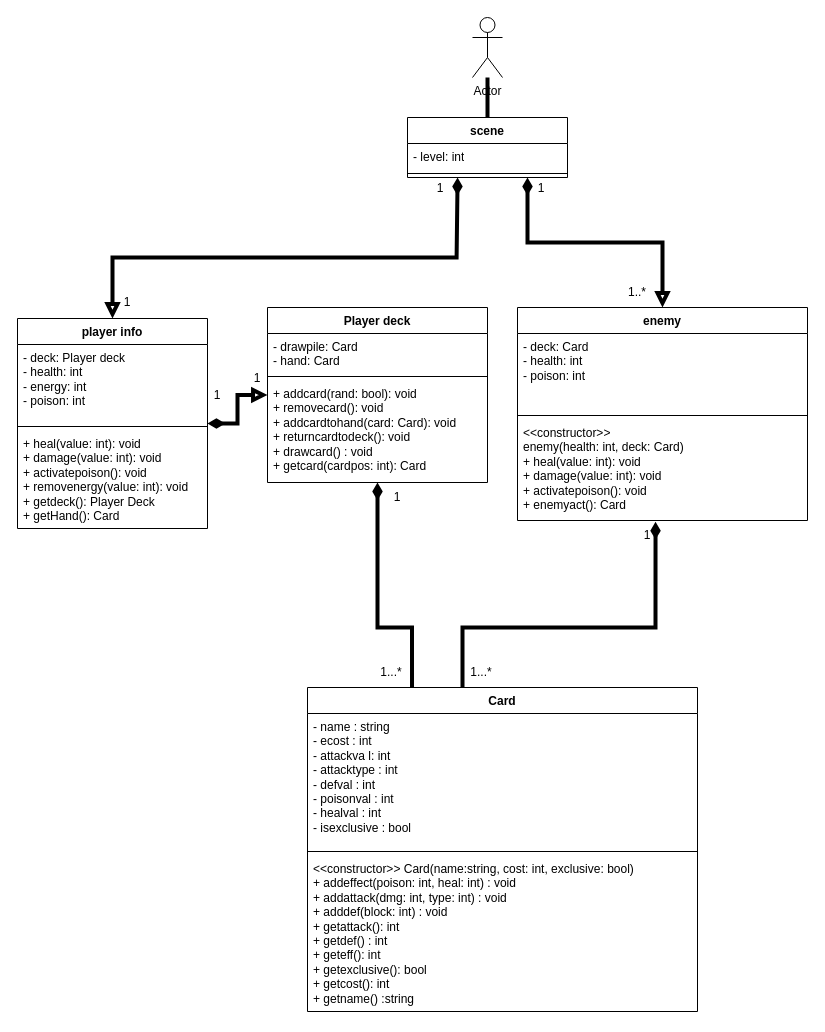
Above: Documentation/grouprojectclassdiagram.drawio in Judoka200/EE2010-CW (draw.io), before the change. Source tidied: cells renumbered, new cells numbered last; positions are measured from the earlier drawing's top-left corner, leaving out a move shared by most shapes. Both pictures are drawn from the tidied source at 100%, with x=0, y=0 at pixel (17, 17).
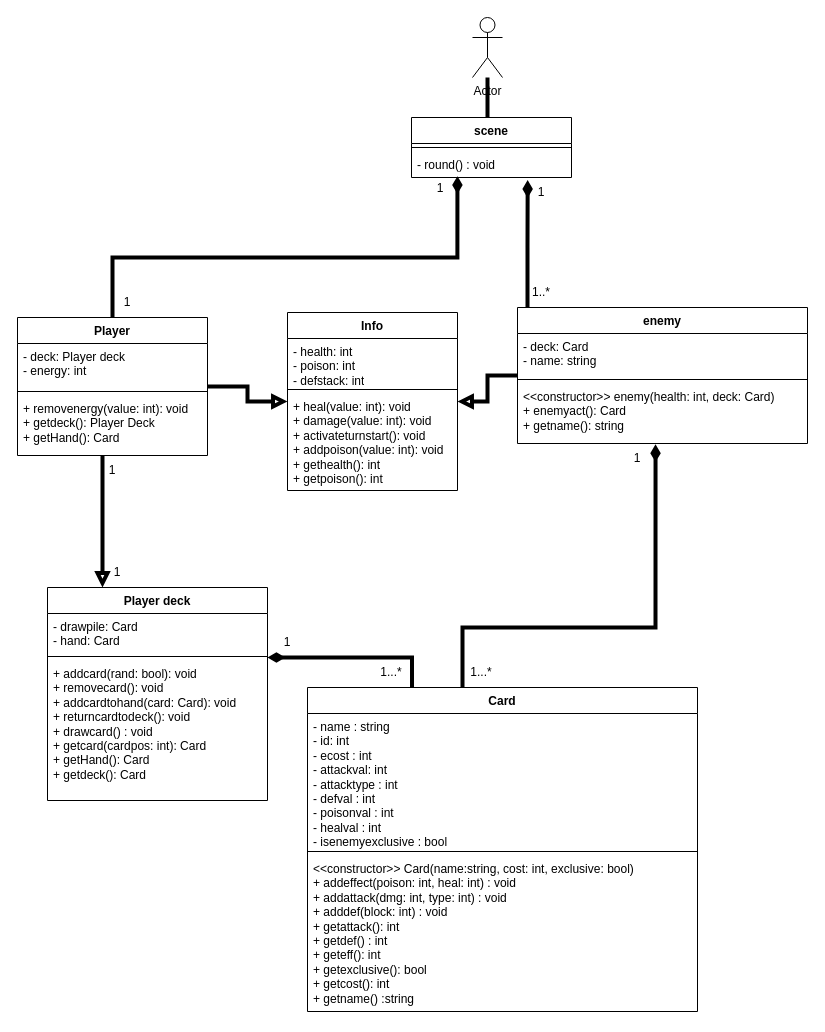
The same page after the edit.

The change refers to these unchanged cells:
```xml
<mxCell id="5" value="- drawpile: Card&lt;div&gt;- hand: Card&lt;/div&gt;" style="text;strokeColor=none;fillColor=none;align=left;verticalAlign=top;spacingLeft=4;spacingRight=4;overflow=hidden;points=[[0,0.5],[1,0.5]];portConstraint=eastwest;whiteSpace=wrap;html=1;" parent="4" vertex="1">
  <mxGeometry y="26" width="220" height="39" as="geometry" />
</mxCell>
<mxCell id="8" value="Card" style="swimlane;fontStyle=1;align=center;verticalAlign=top;horizontal=1;startSize=26;whiteSpace=wrap;html=1;" parent="1" vertex="1">
  <mxGeometry x="290" y="670" width="390" height="324" as="geometry" />
</mxCell>
<mxCell id="28" value="Actor" style="shape=umlActor;verticalLabelPosition=bottom;verticalAlign=top;html=1;outlineConnect=0;labelPerimeter=1;" parent="1" vertex="1">
  <mxGeometry x="455" width="30" height="60" as="geometry" />
</mxCell>
```

Diff of the diagram source:
```diff
@@
-    <mxCell id="2" style="edgeStyle=orthogonalEdgeStyle;rounded=0;jettySize=auto;html=1;exitX=0.5;exitY=1;exitDx=0;exitDy=0;entryX=0.268;entryY=0.005;entryDx=0;entryDy=0;defaultLabelBackgroundColor=page;endArrow=none;endFill=0;startArrow=diamondThin;startFill=1;strokeWidth=4;entryPerimeter=0;" parent="1" edge="1" source="4" target="8">
-      <mxGeometry x="0.74" relative="1" as="geometry">
-        <Array as="points">
-          <mxPoint x="370" y="610" />
-          <mxPoint x="445.4" y="610" />
-        </Array>
-      </mxGeometry>
+    <mxCell id="2" style="edgeStyle=orthogonalEdgeStyle;rounded=0;jettySize=auto;html=1;exitX=1;exitY=1.128;exitDx=0;exitDy=0;entryX=0.268;entryY=0.005;entryDx=0;entryDy=0;defaultLabelBackgroundColor=page;endArrow=none;endFill=0;startArrow=diamondThin;startFill=1;strokeWidth=4;entryPerimeter=0;exitPerimeter=0;" parent="1" edge="1" source="5" target="8">
+      <mxGeometry x="0.47" relative="1" as="geometry" />
     </mxCell>
-    <mxCell id="3" style="edgeStyle=orthogonalEdgeStyle;rounded=0;jettySize=auto;html=1;defaultLabelBackgroundColor=page;entryX=0.313;entryY=1;entryDx=0;entryDy=0;entryPerimeter=0;strokeWidth=4;endArrow=diamondThin;endFill=1;exitX=0.5;exitY=0;exitDx=0;exitDy=0;startArrow=block;startFill=0;" parent="1" edge="1" source="30" target="21">
-      <mxGeometry x="0.39" relative="1" as="geometry">
+    <mxCell id="3" style="edgeStyle=orthogonalEdgeStyle;rounded=0;jettySize=auto;html=1;defaultLabelBackgroundColor=page;entryX=0.287;entryY=0.948;entryDx=0;entryDy=0;entryPerimeter=0;strokeWidth=4;endArrow=diamondThin;endFill=1;exitX=0.5;exitY=0;exitDx=0;exitDy=0;startArrow=none;startFill=0;" parent="1" edge="1" source="30" target="45">
+      <mxGeometry x="0.37" relative="1" as="geometry">
         <Array as="points">
           <mxPoint x="95" y="240" />
-          <mxPoint x="439.1" y="240" />
+          <mxPoint x="439.9" y="240" />
         </Array>
       </mxGeometry>
     </mxCell>
     <mxCell id="4" value="Player deck" style="swimlane;fontStyle=1;align=center;verticalAlign=top;horizontal=1;startSize=26;whiteSpace=wrap;html=1;" parent="1" vertex="1">
-      <mxGeometry x="250" y="290" width="220" height="175" as="geometry" />
+      <mxGeometry x="30" y="570" width="220" height="213" as="geometry" />
     </mxCell>
@@
-    <mxCell id="7" value="+ addcard(rand: bool): void&lt;div&gt;+ removecard(): void&lt;/div&gt;&lt;div&gt;+ addcardtohand(card: Card): void&lt;/div&gt;&lt;div&gt;+ returncardtodeck(): void&lt;/div&gt;&lt;div&gt;+ drawcard() : void&lt;/div&gt;&lt;div&gt;+ getcard(cardpos: int): Card&lt;/div&gt;" style="text;strokeColor=none;fillColor=none;align=left;verticalAlign=top;spacingLeft=4;spacingRight=4;overflow=hidden;whiteSpace=wrap;html=1;" parent="4" vertex="1">
-      <mxGeometry y="73" width="220" height="102" as="geometry" />
+    <mxCell id="7" value="+ addcard(rand: bool): void&lt;div&gt;+ removecard(): void&lt;/div&gt;&lt;div&gt;+ addcardtohand(card: Card): void&lt;/div&gt;&lt;div&gt;+ returncardtodeck(): void&lt;/div&gt;&lt;div&gt;+ drawcard() : void&lt;/div&gt;&lt;div&gt;+ getcard(cardpos: int): Card&lt;/div&gt;&lt;div&gt;+ getHand(): Card&lt;/div&gt;&lt;div&gt;+ getdeck(): Card&lt;/div&gt;" style="text;strokeColor=none;fillColor=none;align=left;verticalAlign=top;spacingLeft=4;spacingRight=4;overflow=hidden;whiteSpace=wrap;html=1;" parent="4" vertex="1">
+      <mxGeometry y="73" width="220" height="140" as="geometry" />
     </mxCell>
@@
-    <mxCell id="9" value="&lt;div&gt;- name : string&lt;/div&gt;&lt;div&gt;- ecost : int&lt;/div&gt;- attackva l: int&lt;div&gt;- attacktype : int&lt;/div&gt;&lt;div&gt;&lt;div&gt;- defval : int&lt;/div&gt;&lt;div&gt;- poisonval : int&lt;/div&gt;&lt;div&gt;- healval : int&lt;/div&gt;&lt;div&gt;- isexclusive : bool&lt;/div&gt;&lt;div&gt;&lt;br&gt;&lt;/div&gt;&lt;/div&gt;" style="text;strokeColor=none;fillColor=none;align=left;verticalAlign=top;spacingLeft=4;spacingRight=4;overflow=hidden;whiteSpace=wrap;html=1;" parent="8" vertex="1">
+    <mxCell id="9" value="&lt;div&gt;- name : string&lt;/div&gt;&lt;div&gt;- id: int&lt;/div&gt;&lt;div&gt;- ecost : int&lt;/div&gt;- attackval: int&lt;div&gt;- attacktype : int&lt;/div&gt;&lt;div&gt;&lt;div&gt;- defval : int&lt;/div&gt;&lt;div&gt;- poisonval : int&lt;/div&gt;&lt;div&gt;- healval : int&lt;/div&gt;&lt;div&gt;- isenemyexclusive : bool&lt;/div&gt;&lt;div&gt;&lt;br&gt;&lt;/div&gt;&lt;div&gt;&lt;br&gt;&lt;/div&gt;&lt;/div&gt;" style="text;strokeColor=none;fillColor=none;align=left;verticalAlign=top;spacingLeft=4;spacingRight=4;overflow=hidden;whiteSpace=wrap;html=1;" parent="8" vertex="1">
       <mxGeometry y="26" width="390" height="134" as="geometry" />
     </mxCell>
@@
     <mxCell id="12" value="1" style="text;html=1;whiteSpace=wrap;strokeColor=none;fillColor=none;align=center;verticalAlign=middle;rounded=0;" parent="1" vertex="1">
-      <mxGeometry x="350" y="465" width="60" height="30" as="geometry" />
+      <mxGeometry x="240" y="610" width="60" height="30" as="geometry" />
     </mxCell>
@@
     <mxCell id="14" value="enemy" style="swimlane;fontStyle=1;align=center;verticalAlign=top;horizontal=1;startSize=26;whiteSpace=wrap;html=1;" parent="1" vertex="1">
-      <mxGeometry x="500" y="290" width="290" height="213" as="geometry" />
+      <mxGeometry x="500" y="290" width="290" height="136" as="geometry" />
     </mxCell>
-    <mxCell id="15" value="- deck: Card&lt;div&gt;- health: int&lt;/div&gt;&lt;div&gt;- poison: int&lt;/div&gt;&lt;div&gt;&lt;br&gt;&lt;/div&gt;" style="text;strokeColor=none;fillColor=none;align=left;verticalAlign=top;spacingLeft=4;spacingRight=4;overflow=hidden;whiteSpace=wrap;html=1;" parent="14" vertex="1">
-      <mxGeometry y="26" width="290" height="78" as="geometry" />
+    <mxCell id="15" value="- deck: Card&lt;div&gt;- name: string&lt;br&gt;&lt;div&gt;&lt;br&gt;&lt;/div&gt;&lt;/div&gt;" style="text;strokeColor=none;fillColor=none;align=left;verticalAlign=top;spacingLeft=4;spacingRight=4;overflow=hidden;whiteSpace=wrap;html=1;" parent="14" vertex="1">
+      <mxGeometry y="26" width="290" height="42" as="geometry" />
     </mxCell>
     <mxCell id="16" style="line;strokeWidth=1;fillColor=none;align=left;verticalAlign=middle;spacingTop=-1;spacingLeft=3;spacingRight=3;labelPosition=right;strokeColor=inherit;labelPerimeter=1;" parent="14" vertex="1">
-      <mxGeometry y="104" width="290" height="8" as="geometry" />
+      <mxGeometry y="68" width="290" height="8" as="geometry" />
     </mxCell>
-    <mxCell id="17" value="&lt;div&gt;&amp;lt;&amp;lt;constructor&amp;gt;&amp;gt;&amp;nbsp;&lt;/div&gt;&lt;div&gt;enemy(health: int, deck: Card)&lt;/div&gt;+ heal(value: int): void&lt;div&gt;+ damage(value: int): void&lt;/div&gt;&lt;div&gt;+ activatepoison(): void&lt;/div&gt;&lt;div&gt;+ enemyact(): Card&lt;/div&gt;" style="text;strokeColor=none;fillColor=none;align=left;verticalAlign=top;spacingLeft=4;spacingRight=4;overflow=hidden;points=[[0,0.5],[1,0.5]];portConstraint=eastwest;whiteSpace=wrap;html=1;" parent="14" vertex="1">
-      <mxGeometry y="112" width="290" height="101" as="geometry" />
+    <mxCell id="17" value="&lt;div&gt;&amp;lt;&amp;lt;constructor&amp;gt;&amp;gt;&amp;nbsp;&lt;span style=&quot;background-color: transparent; color: light-dark(#000000, var(--ge-light-color, #ffffff));&quot;&gt;enemy(health: int, deck: Card)&lt;/span&gt;&lt;/div&gt;&lt;div&gt;+ enemyact(): Card&lt;/div&gt;&lt;div&gt;+ getname(): string&lt;/div&gt;" style="text;strokeColor=none;fillColor=none;align=left;verticalAlign=top;spacingLeft=4;spacingRight=4;overflow=hidden;points=[[0,0.5],[1,0.5]];portConstraint=eastwest;whiteSpace=wrap;html=1;" parent="14" vertex="1">
+      <mxGeometry y="76" width="290" height="60" as="geometry" />
     </mxCell>
     <mxCell id="18" value="1" style="text;html=1;whiteSpace=wrap;strokeColor=none;fillColor=none;align=center;verticalAlign=middle;rounded=0;" parent="1" vertex="1">
-      <mxGeometry x="600" y="503" width="60" height="30" as="geometry" />
+      <mxGeometry x="590" y="426" width="60" height="30" as="geometry" />
     </mxCell>
-    <mxCell id="19" value="scene" style="swimlane;fontStyle=1;align=center;verticalAlign=top;horizontal=1;startSize=26;whiteSpace=wrap;html=1;" parent="1" vertex="1">
-      <mxGeometry x="390" y="100" width="160" height="60" as="geometry" />
-    </mxCell>
-    <mxCell id="20" value="- level: int" style="text;strokeColor=none;fillColor=none;align=left;verticalAlign=top;spacingLeft=4;spacingRight=4;overflow=hidden;whiteSpace=wrap;html=1;" parent="19" vertex="1">
-      <mxGeometry y="26" width="160" height="26" as="geometry" />
-    </mxCell>
-    <mxCell id="21" style="line;strokeWidth=1;fillColor=none;align=left;verticalAlign=middle;spacingTop=-1;spacingLeft=3;spacingRight=3;labelPosition=right;points=[];portConstraint=eastwest;strokeColor=inherit;labelPerimeter=1;" parent="19" vertex="1">
-      <mxGeometry y="52" width="160" height="8" as="geometry" />
-    </mxCell>
-    <mxCell id="22" style="edgeStyle=orthogonalEdgeStyle;rounded=0;jettySize=auto;html=1;entryX=0.75;entryY=1;entryDx=0;entryDy=0;defaultLabelBackgroundColor=page;strokeWidth=4;endArrow=diamondThin;endFill=1;startArrow=block;startFill=0;" parent="1" edge="1" source="14" target="19">
-      <mxGeometry relative="1" as="geometry" />
+    <mxCell id="22" style="edgeStyle=orthogonalEdgeStyle;rounded=0;jettySize=auto;html=1;entryX=0.726;entryY=1.096;entryDx=0;entryDy=0;defaultLabelBackgroundColor=page;strokeWidth=4;endArrow=diamondThin;endFill=1;startArrow=none;startFill=0;entryPerimeter=0;" parent="1" edge="1" source="14" target="45">
+      <mxGeometry relative="1" as="geometry">
+        <Array as="points">
+          <mxPoint x="510" y="230" />
+          <mxPoint x="510" y="230" />
+        </Array>
+      </mxGeometry>
     </mxCell>
@@
     <mxCell id="24" value="1" style="text;html=1;whiteSpace=wrap;strokeColor=none;fillColor=none;align=center;verticalAlign=middle;rounded=0;" parent="1" vertex="1">
-      <mxGeometry x="494" y="156" width="60" height="30" as="geometry" />
+      <mxGeometry x="494" y="160" width="60" height="30" as="geometry" />
     </mxCell>
@@
     <mxCell id="26" value="1..*" style="text;html=1;whiteSpace=wrap;strokeColor=none;fillColor=none;align=center;verticalAlign=middle;rounded=0;" parent="1" vertex="1">
-      <mxGeometry x="590" y="260" width="60" height="30" as="geometry" />
+      <mxGeometry x="494" y="260" width="60" height="30" as="geometry" />
     </mxCell>
-    <mxCell id="27" style="edgeStyle=orthogonalEdgeStyle;rounded=0;jettySize=auto;html=1;entryX=0.5;entryY=0;entryDx=0;entryDy=0;defaultLabelBackgroundColor=page;endArrow=none;endFill=0;strokeWidth=4;" parent="1" edge="1" source="28" target="19">
-      <mxGeometry relative="1" as="geometry" />
+    <mxCell id="27" style="edgeStyle=orthogonalEdgeStyle;rounded=0;jettySize=auto;html=1;entryX=0.5;entryY=0;entryDx=0;entryDy=0;defaultLabelBackgroundColor=page;endArrow=none;endFill=0;strokeWidth=4;" parent="1" edge="1" source="28">
+      <mxGeometry relative="1" as="geometry">
+        <mxPoint x="470" y="100" as="targetPoint" />
+      </mxGeometry>
     </mxCell>
@@
-    <mxCell id="29" style="edgeStyle=orthogonalEdgeStyle;rounded=0;jettySize=auto;html=1;entryX=0;entryY=0.5;entryDx=0;entryDy=0;defaultLabelBackgroundColor=page;startArrow=diamondThin;startFill=1;endArrow=block;endFill=0;strokeWidth=4;" parent="1" edge="1" source="30" target="4">
-      <mxGeometry relative="1" as="geometry" />
+    <mxCell id="29" style="edgeStyle=orthogonalEdgeStyle;rounded=0;jettySize=auto;html=1;defaultLabelBackgroundColor=page;startArrow=none;startFill=0;endArrow=block;endFill=0;strokeWidth=4;entryX=0.25;entryY=0;entryDx=0;entryDy=0;" parent="1" edge="1" source="30" target="4">
+      <mxGeometry x="-0.33" relative="1" as="geometry">
+        <Array as="points">
+          <mxPoint x="85" y="480" />
+          <mxPoint x="85" y="480" />
+        </Array>
+      </mxGeometry>
     </mxCell>
-    <mxCell id="30" value="player info" style="swimlane;fontStyle=1;align=center;verticalAlign=top;horizontal=1;startSize=26;whiteSpace=wrap;html=1;" parent="1" vertex="1">
-      <mxGeometry y="301" width="190" height="210" as="geometry" />
+    <mxCell id="30" value="Player" style="swimlane;fontStyle=1;align=center;verticalAlign=top;horizontal=1;startSize=26;whiteSpace=wrap;html=1;" parent="1" vertex="1">
+      <mxGeometry y="300" width="190" height="138" as="geometry" />
     </mxCell>
-    <mxCell id="31" value="- deck: Player deck&lt;div&gt;- health: int&lt;/div&gt;&lt;div&gt;- energy: int&lt;/div&gt;&lt;div&gt;- poison: int&lt;/div&gt;" style="text;strokeColor=none;fillColor=none;align=left;verticalAlign=top;spacingLeft=4;spacingRight=4;overflow=hidden;whiteSpace=wrap;html=1;" parent="30" vertex="1">
-      <mxGeometry y="26" width="190" height="78" as="geometry" />
+    <mxCell id="31" value="- deck: Player deck&lt;div&gt;- energy: int&lt;/div&gt;" style="text;strokeColor=none;fillColor=none;align=left;verticalAlign=top;spacingLeft=4;spacingRight=4;overflow=hidden;whiteSpace=wrap;html=1;" parent="30" vertex="1">
+      <mxGeometry y="26" width="190" height="44" as="geometry" />
     </mxCell>
     <mxCell id="32" style="line;strokeWidth=1;fillColor=none;align=left;verticalAlign=middle;spacingTop=-1;spacingLeft=3;spacingRight=3;labelPosition=right;strokeColor=inherit;labelPerimeter=1;" parent="30" vertex="1">
-      <mxGeometry y="104" width="190" height="8" as="geometry" />
+      <mxGeometry y="70" width="190" height="8" as="geometry" />
     </mxCell>
-    <mxCell id="33" value="+ heal(value: int): void&lt;div&gt;+ damage(value: int): void&lt;/div&gt;&lt;div&gt;+ activatepoison(): void&lt;/div&gt;&lt;div&gt;+ removenergy(value: int): void&lt;/div&gt;&lt;div&gt;+ getdeck(): Player Deck&lt;/div&gt;&lt;div&gt;+ getHand(): Card&lt;/div&gt;&lt;div&gt;&lt;br&gt;&lt;/div&gt;" style="text;strokeColor=none;fillColor=none;align=left;verticalAlign=top;spacingLeft=4;spacingRight=4;overflow=hidden;whiteSpace=wrap;html=1;" parent="30" vertex="1">
-      <mxGeometry y="112" width="190" height="98" as="geometry" />
+    <mxCell id="33" value="&lt;div&gt;+ removenergy(value: int): void&lt;/div&gt;&lt;div&gt;+ getdeck(): Player Deck&lt;/div&gt;&lt;div&gt;+ getHand(): Card&lt;/div&gt;&lt;div&gt;&lt;br&gt;&lt;/div&gt;" style="text;strokeColor=none;fillColor=none;align=left;verticalAlign=top;spacingLeft=4;spacingRight=4;overflow=hidden;whiteSpace=wrap;html=1;" parent="30" vertex="1">
+      <mxGeometry y="78" width="190" height="60" as="geometry" />
     </mxCell>
@@
     <mxCell id="35" value="1" style="text;html=1;whiteSpace=wrap;strokeColor=none;fillColor=none;align=center;verticalAlign=middle;rounded=0;" parent="1" vertex="1">
-      <mxGeometry x="210" y="346" width="60" height="30" as="geometry" />
+      <mxGeometry x="65" y="438" width="60" height="30" as="geometry" />
     </mxCell>
     <mxCell id="36" value="1" style="text;html=1;whiteSpace=wrap;strokeColor=none;fillColor=none;align=center;verticalAlign=middle;rounded=0;" parent="1" vertex="1">
-      <mxGeometry x="170" y="362.5" width="60" height="30" as="geometry" />
+      <mxGeometry x="70" y="540" width="60" height="30" as="geometry" />
     </mxCell>
@@
+    <mxCell id="38" style="edgeStyle=orthogonalEdgeStyle;rounded=0;jettySize=auto;html=1;exitX=0;exitY=0.5;exitDx=0;exitDy=0;entryX=1;entryY=0.5;entryDx=0;entryDy=0;defaultLabelBackgroundColor=page;strokeWidth=4;startArrow=block;startFill=0;endArrow=none;endFill=0;" parent="1" edge="1" source="40" target="30">
+      <mxGeometry relative="1" as="geometry" />
+    </mxCell>
+    <mxCell id="39" style="edgeStyle=orthogonalEdgeStyle;rounded=0;jettySize=auto;html=1;exitX=1;exitY=0.5;exitDx=0;exitDy=0;entryX=0;entryY=0.5;entryDx=0;entryDy=0;defaultLabelBackgroundColor=page;startArrow=block;startFill=0;endArrow=none;endFill=0;strokeWidth=4;" parent="1" edge="1" source="40" target="14">
+      <mxGeometry relative="1" as="geometry" />
+    </mxCell>
+    <mxCell id="40" value="Info" style="swimlane;fontStyle=1;align=center;verticalAlign=top;horizontal=1;startSize=26;whiteSpace=wrap;html=1;" parent="1" vertex="1">
+      <mxGeometry x="270" y="295" width="170" height="178" as="geometry" />
+    </mxCell>
+    <mxCell id="41" value="- health: int&lt;div&gt;- poison: int&lt;/div&gt;&lt;div&gt;- defstack: int&lt;/div&gt;" style="text;strokeColor=none;fillColor=none;align=left;verticalAlign=top;spacingLeft=4;spacingRight=4;overflow=hidden;whiteSpace=wrap;html=1;" parent="40" vertex="1">
+      <mxGeometry y="26" width="170" height="47" as="geometry" />
+    </mxCell>
+    <mxCell id="42" style="line;strokeWidth=1;fillColor=none;align=left;verticalAlign=middle;spacingTop=-1;spacingLeft=3;spacingRight=3;labelPosition=right;strokeColor=inherit;labelPerimeter=1;" parent="40" vertex="1">
+      <mxGeometry y="73" width="170" height="8" as="geometry" />
+    </mxCell>
+    <mxCell id="43" value="+ heal(value: int): void&lt;div&gt;+ damage(value: int): void&lt;/div&gt;&lt;div&gt;+ activateturnstart(): void&lt;/div&gt;&lt;div&gt;+ addpoison(value: int): void&lt;/div&gt;&lt;div&gt;+ gethealth(): int&lt;/div&gt;&lt;div&gt;+ getpoison(): int&lt;/div&gt;" style="text;strokeColor=none;fillColor=none;align=left;verticalAlign=top;spacingLeft=4;spacingRight=4;overflow=hidden;whiteSpace=wrap;html=1;" parent="40" vertex="1">
+      <mxGeometry y="81" width="170" height="97" as="geometry" />
+    </mxCell>
+    <mxCell id="19" value="scene" style="swimlane;fontStyle=1;align=center;verticalAlign=top;horizontal=1;startSize=26;whiteSpace=wrap;html=1;" parent="1" vertex="1">
+      <mxGeometry x="394" y="100" width="160" height="60" as="geometry" />
+    </mxCell>
+    <mxCell id="44" style="line;strokeWidth=1;fillColor=none;align=left;verticalAlign=middle;spacingTop=-1;spacingLeft=3;spacingRight=3;labelPosition=right;strokeColor=inherit;labelPerimeter=1;" parent="19" vertex="1">
+      <mxGeometry y="26" width="160" height="8" as="geometry" />
+    </mxCell>
+    <mxCell id="45" value="- round() : void" style="text;strokeColor=none;fillColor=none;align=left;verticalAlign=top;spacingLeft=4;spacingRight=4;overflow=hidden;points=[[0,0.5],[1,0.5]];portConstraint=eastwest;whiteSpace=wrap;html=1;" parent="19" vertex="1">
+      <mxGeometry y="34" width="160" height="26" as="geometry" />
+    </mxCell>
```
